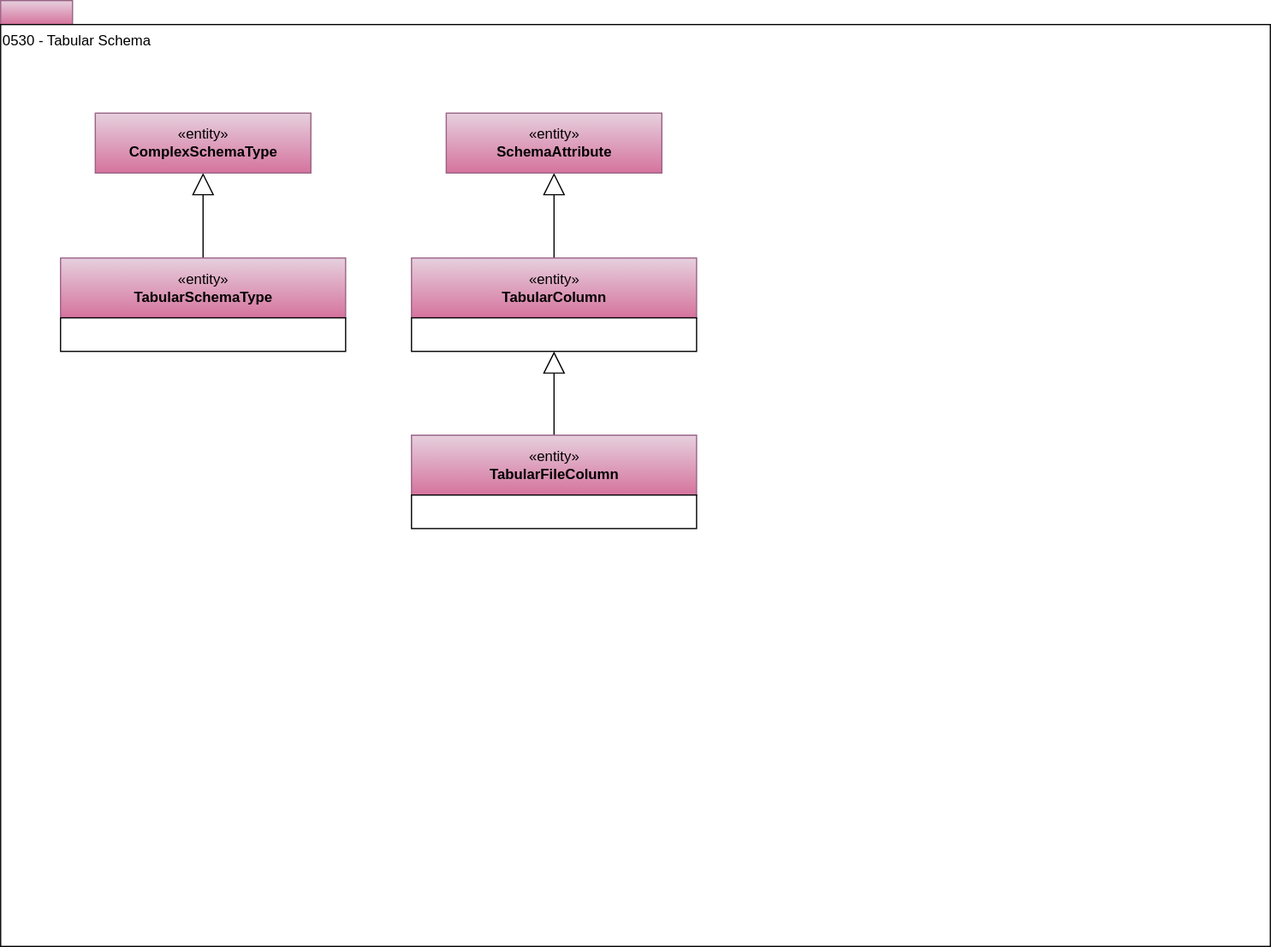
This is site/docs/types/5/0530-Tabular-Schemas.svg from odpi/egeria-docs, a draw.io export, as it was before one commit. Source tidied: cells renumbered, new cells last; positions are measured from the earlier drawing's top-left corner, leaving out a move shared by most shapes. Its diagram source:
```xml
<mxGraphModel>
  <root>
    <mxCell id="0" />
    <mxCell id="1" parent="0" />
    <mxCell id="2" style="rounded=0;whiteSpace=wrap;html=1;align=left;fillColor=#e6d0de;strokeColor=#996185;gradientColor=#d5739d;" parent="1" vertex="1">
      <mxGeometry width="60" height="20" as="geometry" />
    </mxCell>
    <mxCell id="3" value="0530 - Tabular Schema" style="rounded=0;whiteSpace=wrap;html=1;align=left;verticalAlign=top;" parent="1" vertex="1">
      <mxGeometry y="20" width="1060" height="770" as="geometry" />
    </mxCell>
    <mxCell id="4" style="edgeStyle=orthogonalEdgeStyle;rounded=0;jettySize=auto;html=1;exitX=0.5;exitY=0;exitDx=0;exitDy=0;startSize=6;endArrow=block;endFill=0;endSize=16;" parent="1" edge="1" source="9" target="5">
      <mxGeometry relative="1" as="geometry" />
    </mxCell>
    <mxCell id="5" value="«entity»&lt;br&gt;&lt;b&gt;ComplexSchemaType&lt;/b&gt;" style="html=1;strokeColor=#996185;align=center;fillColor=#e6d0de;gradientColor=#d5739d;" parent="1" vertex="1">
      <mxGeometry x="79" y="94" width="180" height="50" as="geometry" />
    </mxCell>
    <mxCell id="6" style="edgeStyle=orthogonalEdgeStyle;rounded=0;jettySize=auto;html=1;exitX=0.5;exitY=0;exitDx=0;exitDy=0;startSize=6;endArrow=block;endFill=0;endSize=16;" parent="1" edge="1" source="12" target="7">
      <mxGeometry relative="1" as="geometry" />
    </mxCell>
    <mxCell id="7" value="«entity»&lt;br&gt;&lt;b&gt;SchemaAttribute&lt;/b&gt;" style="html=1;strokeColor=#996185;align=center;fillColor=#e6d0de;gradientColor=#d5739d;" parent="1" vertex="1">
      <mxGeometry x="372" y="94" width="180" height="50" as="geometry" />
    </mxCell>
    <mxCell id="8" style="group;" parent="1" vertex="1">
      <mxGeometry x="50" y="215" width="238" height="78" as="geometry" />
    </mxCell>
    <mxCell id="9" value="«entity»&lt;br&gt;&lt;b&gt;TabularSchemaType&lt;/b&gt;" style="html=1;strokeColor=#996185;align=center;fillColor=#e6d0de;gradientColor=#d5739d;" parent="8" vertex="1">
      <mxGeometry width="238" height="50" as="geometry" />
    </mxCell>
    <mxCell id="10" style="rounded=0;whiteSpace=wrap;html=1;strokeColor=#000000;gradientColor=#ffffff;align=left;" parent="8" vertex="1">
      <mxGeometry y="50" width="238" height="28" as="geometry" />
    </mxCell>
    <mxCell id="11" style="group;" parent="1" vertex="1">
      <mxGeometry x="343" y="215" width="238" height="78" as="geometry" />
    </mxCell>
    <mxCell id="12" value="«entity»&lt;br&gt;&lt;b&gt;TabularColumn&lt;/b&gt;" style="html=1;strokeColor=#996185;align=center;fillColor=#e6d0de;gradientColor=#d5739d;" parent="11" vertex="1">
      <mxGeometry width="238" height="50" as="geometry" />
    </mxCell>
    <mxCell id="13" style="rounded=0;whiteSpace=wrap;html=1;strokeColor=#000000;gradientColor=#ffffff;align=left;" parent="11" vertex="1">
      <mxGeometry y="50" width="238" height="28" as="geometry" />
    </mxCell>
    <mxCell id="14" style="edgeStyle=orthogonalEdgeStyle;rounded=0;jettySize=auto;html=1;exitX=0.5;exitY=0;exitDx=0;exitDy=0;startSize=6;endArrow=block;endFill=0;endSize=16;entryX=0.5;entryY=1;entryDx=0;entryDy=0;" parent="1" edge="1" source="16" target="13">
      <mxGeometry relative="1" as="geometry" />
    </mxCell>
    <mxCell id="15" style="group;" parent="1" vertex="1">
      <mxGeometry x="343" y="363" width="238" height="78" as="geometry" />
    </mxCell>
    <mxCell id="16" value="«entity»&lt;br&gt;&lt;b&gt;TabularFileColumn&lt;/b&gt;" style="html=1;strokeColor=#996185;align=center;fillColor=#e6d0de;gradientColor=#d5739d;" parent="15" vertex="1">
      <mxGeometry width="238" height="50" as="geometry" />
    </mxCell>
    <mxCell id="17" style="rounded=0;whiteSpace=wrap;html=1;strokeColor=#000000;gradientColor=#ffffff;align=left;" parent="15" vertex="1">
      <mxGeometry y="50" width="238" height="28" as="geometry" />
    </mxCell>
  </root>
</mxGraphModel>
```
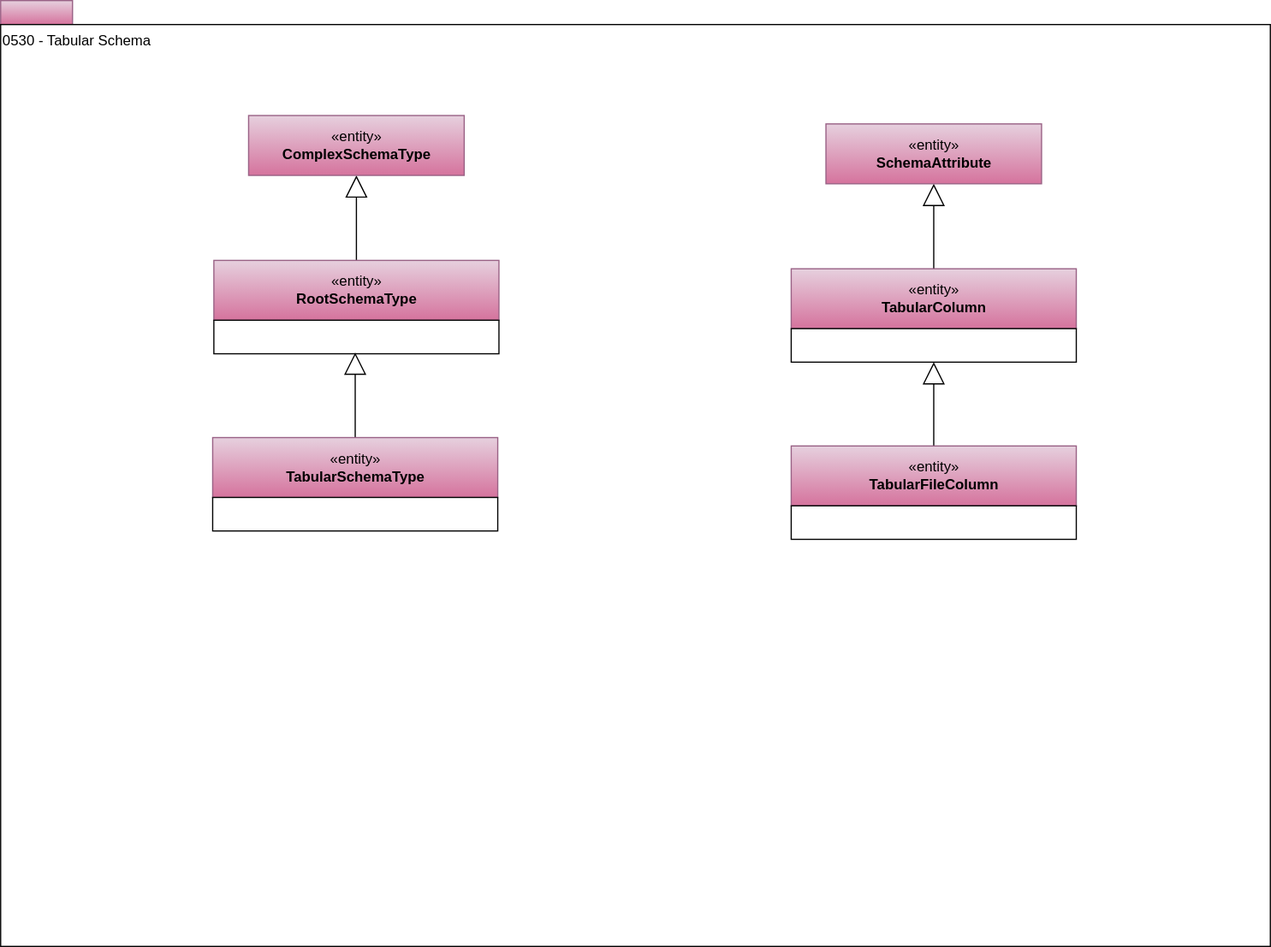
The same file after the commit.

The edit, as a diff of the source:
```diff
@@ -12,25 +12,25 @@
       <mxGeometry relative="1" as="geometry" />
     </mxCell>
     <mxCell id="5" value="«entity»&lt;br&gt;&lt;b&gt;ComplexSchemaType&lt;/b&gt;" style="html=1;strokeColor=#996185;align=center;fillColor=#e6d0de;gradientColor=#d5739d;" parent="1" vertex="1">
-      <mxGeometry x="79" y="94" width="180" height="50" as="geometry" />
+      <mxGeometry x="207" y="96" width="180" height="50" as="geometry" />
     </mxCell>
     <mxCell id="6" style="edgeStyle=orthogonalEdgeStyle;rounded=0;jettySize=auto;html=1;exitX=0.5;exitY=0;exitDx=0;exitDy=0;startSize=6;endArrow=block;endFill=0;endSize=16;" parent="1" edge="1" source="12" target="7">
       <mxGeometry relative="1" as="geometry" />
     </mxCell>
     <mxCell id="7" value="«entity»&lt;br&gt;&lt;b&gt;SchemaAttribute&lt;/b&gt;" style="html=1;strokeColor=#996185;align=center;fillColor=#e6d0de;gradientColor=#d5739d;" parent="1" vertex="1">
-      <mxGeometry x="372" y="94" width="180" height="50" as="geometry" />
+      <mxGeometry x="689" y="103" width="180" height="50" as="geometry" />
     </mxCell>
     <mxCell id="8" style="group;" parent="1" vertex="1">
-      <mxGeometry x="50" y="215" width="238" height="78" as="geometry" />
+      <mxGeometry x="178" y="217" width="238" height="78" as="geometry" />
     </mxCell>
-    <mxCell id="9" value="«entity»&lt;br&gt;&lt;b&gt;TabularSchemaType&lt;/b&gt;" style="html=1;strokeColor=#996185;align=center;fillColor=#e6d0de;gradientColor=#d5739d;" parent="8" vertex="1">
+    <mxCell id="9" value="«entity»&lt;br&gt;&lt;b&gt;RootSchemaType&lt;/b&gt;" style="html=1;strokeColor=#996185;align=center;fillColor=#e6d0de;gradientColor=#d5739d;" parent="8" vertex="1">
       <mxGeometry width="238" height="50" as="geometry" />
     </mxCell>
     <mxCell id="10" style="rounded=0;whiteSpace=wrap;html=1;strokeColor=#000000;gradientColor=#ffffff;align=left;" parent="8" vertex="1">
       <mxGeometry y="50" width="238" height="28" as="geometry" />
     </mxCell>
     <mxCell id="11" style="group;" parent="1" vertex="1">
-      <mxGeometry x="343" y="215" width="238" height="78" as="geometry" />
+      <mxGeometry x="660" y="224" width="238" height="78" as="geometry" />
     </mxCell>
     <mxCell id="12" value="«entity»&lt;br&gt;&lt;b&gt;TabularColumn&lt;/b&gt;" style="html=1;strokeColor=#996185;align=center;fillColor=#e6d0de;gradientColor=#d5739d;" parent="11" vertex="1">
       <mxGeometry width="238" height="50" as="geometry" />
@@ -42,7 +42,7 @@
       <mxGeometry relative="1" as="geometry" />
     </mxCell>
     <mxCell id="15" style="group;" parent="1" vertex="1">
-      <mxGeometry x="343" y="363" width="238" height="78" as="geometry" />
+      <mxGeometry x="660" y="372" width="238" height="78" as="geometry" />
     </mxCell>
     <mxCell id="16" value="«entity»&lt;br&gt;&lt;b&gt;TabularFileColumn&lt;/b&gt;" style="html=1;strokeColor=#996185;align=center;fillColor=#e6d0de;gradientColor=#d5739d;" parent="15" vertex="1">
       <mxGeometry width="238" height="50" as="geometry" />
@@ -50,5 +50,19 @@
     <mxCell id="17" style="rounded=0;whiteSpace=wrap;html=1;strokeColor=#000000;gradientColor=#ffffff;align=left;" parent="15" vertex="1">
       <mxGeometry y="50" width="238" height="28" as="geometry" />
     </mxCell>
+    <mxCell id="18" style="edgeStyle=orthogonalEdgeStyle;rounded=0;jettySize=auto;html=1;exitX=0.5;exitY=0;exitDx=0;exitDy=0;startSize=6;endArrow=block;endFill=0;endSize=16;" parent="1" edge="1" source="20">
+      <mxGeometry relative="1" as="geometry">
+        <mxPoint x="296" y="294" as="targetPoint" />
+      </mxGeometry>
+    </mxCell>
+    <mxCell id="19" style="group;" parent="1" vertex="1">
+      <mxGeometry x="177" y="365" width="238" height="78" as="geometry" />
+    </mxCell>
+    <mxCell id="20" value="«entity»&lt;br&gt;&lt;b&gt;TabularSchemaType&lt;/b&gt;" style="html=1;strokeColor=#996185;align=center;fillColor=#e6d0de;gradientColor=#d5739d;" parent="19" vertex="1">
+      <mxGeometry width="238" height="50" as="geometry" />
+    </mxCell>
+    <mxCell id="21" style="rounded=0;whiteSpace=wrap;html=1;strokeColor=#000000;gradientColor=#ffffff;align=left;" parent="19" vertex="1">
+      <mxGeometry y="50" width="238" height="28" as="geometry" />
+    </mxCell>
   </root>
 </mxGraphModel>
```
